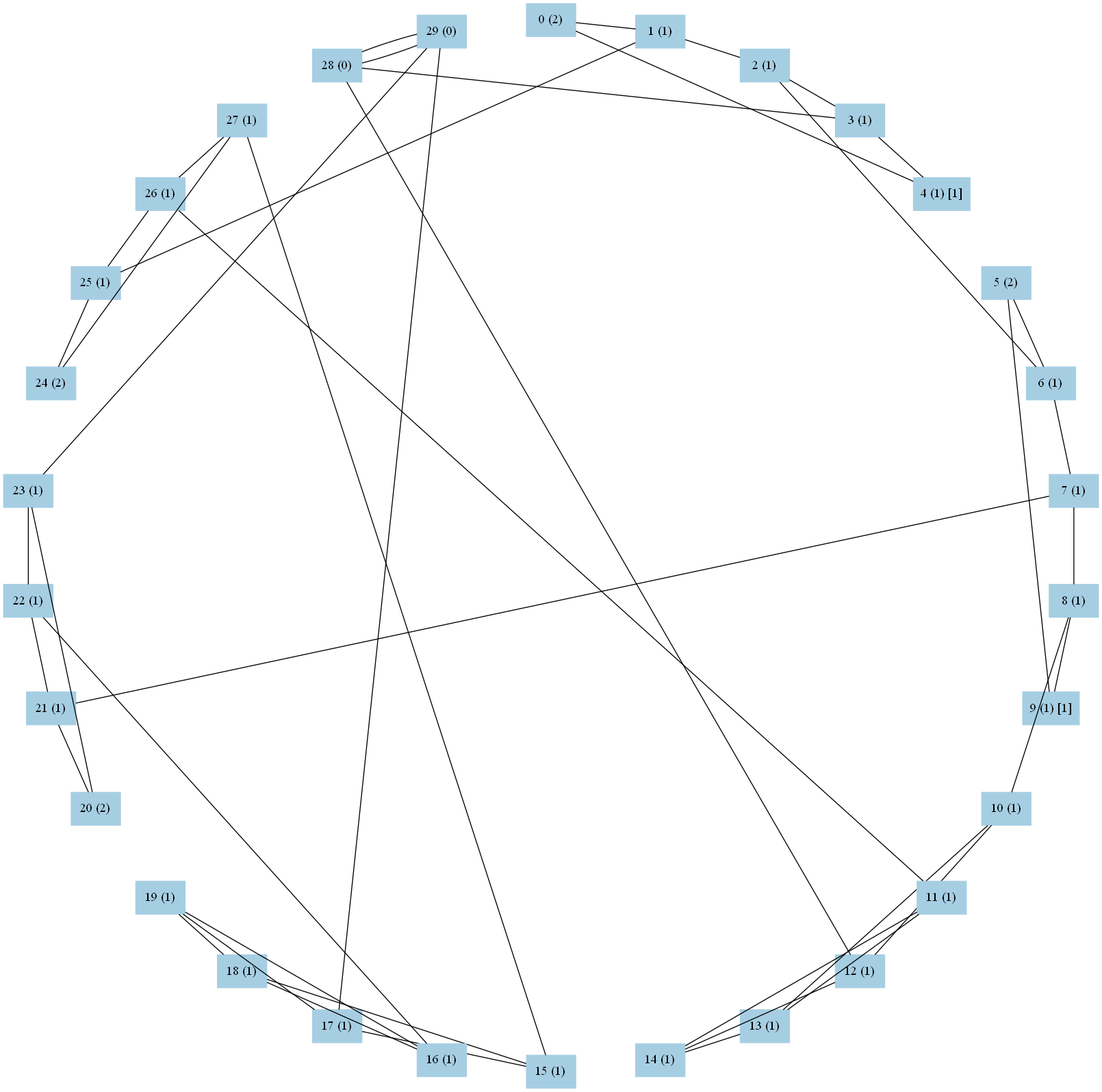
The Graphviz diagram graph2.png in kohinigeee/kenkyuu, before a commit. Its source is kept beside it as graph2.dot.
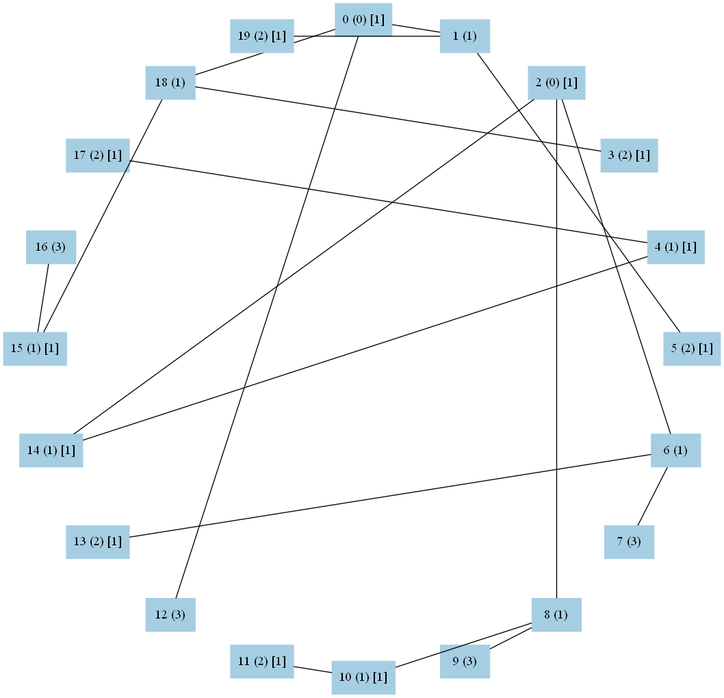
Above is the later version.

The edit, as a diff of the source:
```diff
@@ -11,168 +11,103 @@
 	subgraph cluster_sub0 {
 	node[ color=1 ]
 	0[
-		pos="5.000, 8.000!",
-		label="0 (2)"
+		pos="5.000, 5.000!",
+		label="0 (0) [1]"
 	]
 	1[
-		pos="6.663, 7.825!",
+		pos="6.545, 4.755!",
 		label="1 (1)"
 	]
 	2[
-		pos="8.254, 7.308!",
-		label="2 (1)"
+		pos="7.939, 4.045!",
+		label="2 (0) [1]"
 	]
 	3[
-		pos="9.702, 6.472!",
-		label="3 (1)"
+		pos="9.045, 2.939!",
+		label="3 (2) [1]"
 	]
 	4[
-		pos="10.945, 5.353!",
+		pos="9.755, 1.545!",
 		label="4 (1) [1]"
 	]
 	5[
-		pos="11.928, 4.000!",
-		label="5 (2)"
+		pos="10.000, 0.000!",
+		label="5 (2) [1]"
 	]
 	6[
-		pos="12.608, 2.472!",
+		pos="9.755, -1.545!",
 		label="6 (1)"
 	]
 	7[
-		pos="12.956, 0.836!",
-		label="7 (1)"
+		pos="9.045, -2.939!",
+		label="7 (3)"
 	]
 	8[
-		pos="12.956, -0.836!",
+		pos="7.939, -4.045!",
 		label="8 (1)"
 	]
 	9[
-		pos="12.608, -2.472!",
-		label="9 (1) [1]"
+		pos="6.545, -4.755!",
+		label="9 (3)"
 	]
 	10[
-		pos="11.928, -4.000!",
-		label="10 (1)"
+		pos="5.000, -5.000!",
+		label="10 (1) [1]"
 	]
 	11[
-		pos="10.945, -5.353!",
-		label="11 (1)"
+		pos="3.455, -4.755!",
+		label="11 (2) [1]"
 	]
 	12[
-		pos="9.702, -6.472!",
-		label="12 (1)"
+		pos="2.061, -4.045!",
+		label="12 (3)"
 	]
 	13[
-		pos="8.254, -7.308!",
-		label="13 (1)"
+		pos="0.955, -2.939!",
+		label="13 (2) [1]"
 	]
 	14[
-		pos="6.663, -7.825!",
-		label="14 (1)"
+		pos="0.245, -1.545!",
+		label="14 (1) [1]"
 	]
 	15[
-		pos="5.000, -8.000!",
-		label="15 (1)"
+		pos="0.000, 0.000!",
+		label="15 (1) [1]"
 	]
 	16[
-		pos="3.337, -7.825!",
-		label="16 (1)"
+		pos="0.245, 1.545!",
+		label="16 (3)"
 	]
 	17[
-		pos="1.746, -7.308!",
-		label="17 (1)"
+		pos="0.955, 2.939!",
+		label="17 (2) [1]"
 	]
 	18[
-		pos="0.298, -6.472!",
+		pos="2.061, 4.045!",
 		label="18 (1)"
 	]
 	19[
-		pos="-0.945, -5.353!",
-		label="19 (1)"
-	]
-	20[
-		pos="-1.928, -4.000!",
-		label="20 (2)"
-	]
-	21[
-		pos="-2.608, -2.472!",
-		label="21 (1)"
-	]
-	22[
-		pos="-2.956, -0.836!",
-		label="22 (1)"
-	]
-	23[
-		pos="-2.956, 0.836!",
-		label="23 (1)"
-	]
-	24[
-		pos="-2.608, 2.472!",
-		label="24 (2)"
-	]
-	25[
-		pos="-1.928, 4.000!",
-		label="25 (1)"
-	]
-	26[
-		pos="-0.945, 5.353!",
-		label="26 (1)"
-	]
-	27[
-		pos="0.298, 6.472!",
-		label="27 (1)"
-	]
-	28[
-		pos="1.746, 7.308!",
-		label="28 (0)"
-	]
-	29[
-		pos="3.337, 7.825!",
-		label="29 (0)"
+		pos="3.455, 4.755!",
+		label="19 (2) [1]"
 	]
 	}
 
-	0--4
+	0--12
 	0--1
-	1--2
-	1--25
-	2--3
+	0--18
+	1--19
+	1--5
+	2--14
 	2--6
-	3--4
-	3--28
-	5--9
-	5--6
+	2--8
+	3--18
+	4--17
+	4--14
+	6--13
 	6--7
-	7--8
-	7--21
+	8--10
 	8--9
-	8--10
-	10--12
-	10--13
-	11--14
-	11--13
-	11--26
-	12--14
-	12--28
-	13--14
-	15--17
+	10--11
 	15--18
-	15--27
-	16--19
-	16--18
-	16--22
-	17--19
-	17--29
-	18--19
-	20--23
-	20--21
-	21--22
-	22--23
-	23--29
-	24--27
-	24--25
-	25--26
-	26--27
-	28--29
-	28--29
+	15--16
 }
```
